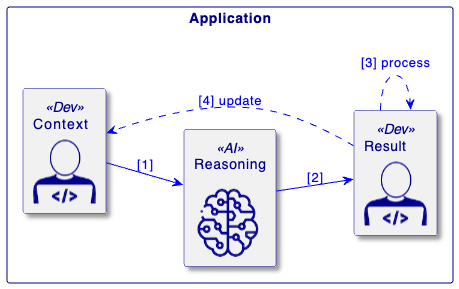
Earlier version of the PlantUML export assets/cognitive-architecture/cognitive-architecture.png (bsorrentino/bsorrentino). Its source is kept beside it as assets/cognitive-architecture/cognitive-architecture.puml. Its diagram source:
```plantuml
@startuml
!include brain.png.puml
!include dev.png.puml

skinparam shadowing<<AI>> true
skinparam shadowing<<Dev>> true

skinparam Arrow {
    Color Blue
    FontColor Blue
}
skinparam rectangle {
    BorderColor DarkBlue
    FontColor DarkBlue
}

left to right direction
rectangle "Application" {
    rectangle "Context\n<$dev,scale=.6>" as context<<Dev>>
    rectangle "Reasoning\n\n<$brain,scale=.6>" <<AI>> as reasoning
    rectangle "Process\n<$dev,scale=.6>" as result<<Dev>>
}
context --> reasoning: [1] submit
reasoning --> result: [2]: result
result ..> context: [4] update


@enduml
```
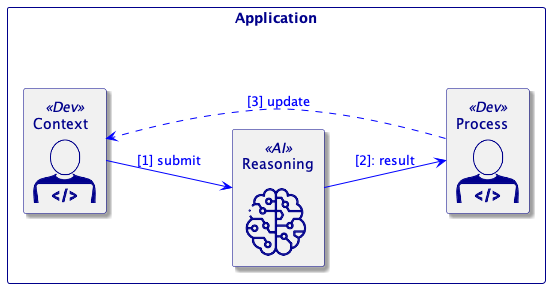
After the change.

The edit, as a diff of the source:
```diff
@@ -22,7 +22,7 @@
 }
 context --> reasoning: [1] submit
 reasoning --> result: [2]: result
-result ..> context: [4] update
+result ..> context: [3] update
 
 
 @enduml
```
